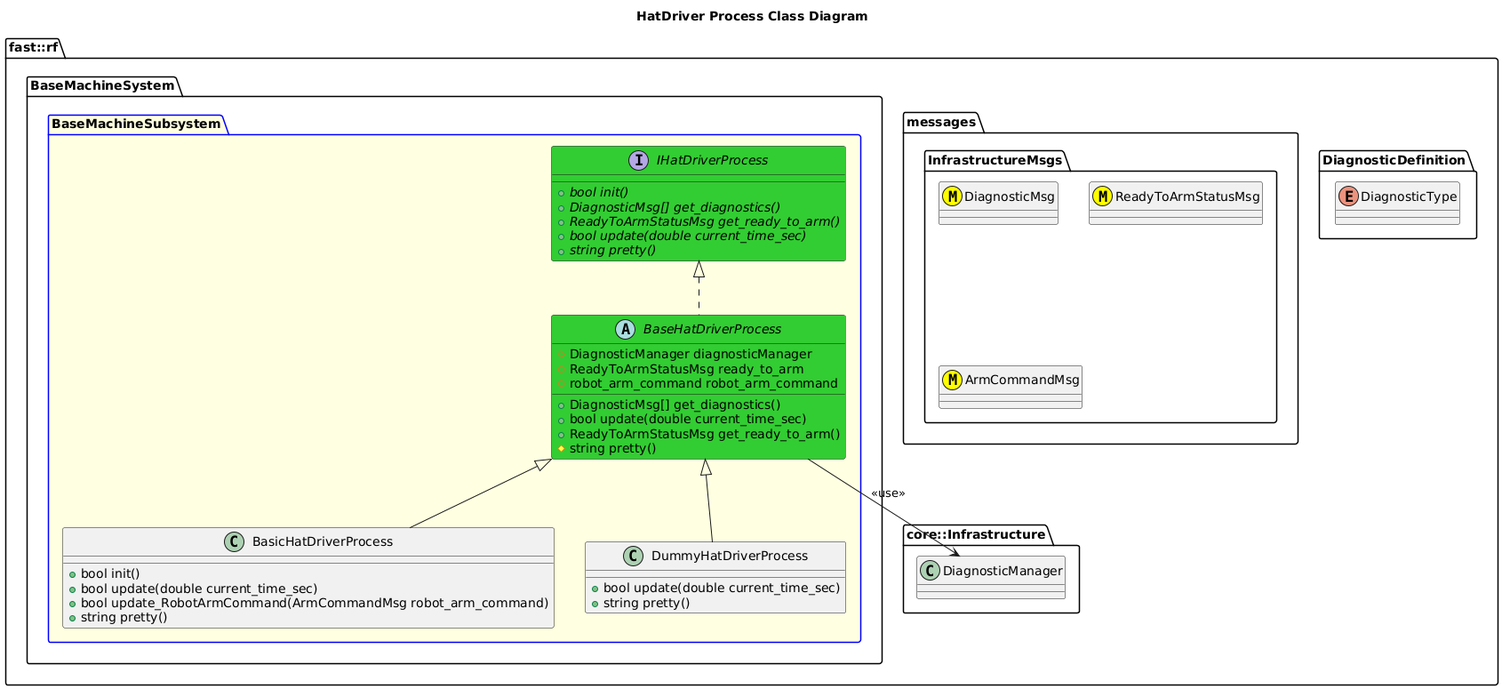
Before: Systems/BaseMachine/Subsystems/BaseMachine/Processes/HatDriver/doc/puml/HatDriverProcessClassDiagram.png, a diagram exported from PlantUML (fastrobotics/robot_framework). Source of this version:
```plantuml
@startuml
title HatDriver Process Class Diagram

namespace fast::rf {
  namespace DiagnosticDefinition {
    enum DiagnosticType
  }
  namespace messages {
    namespace InfrastructureMsgs {
      class DiagnosticMsg <<(M,#FFFF00)>>
      class ReadyToArmStatusMsg <<(M,#FFFF00)>>
      class ArmCommandMsg <<(M,#FFFF00)>>
    }
  }
  namespace core::Infrastructure {
    class DiagnosticManager
  }
  namespace BaseMachineSystem {
    package BaseMachineSubsystem  #LightYellow;line:blue {
        interface IHatDriverProcess #LimeGreen  {
          +{abstract} bool init()
          +{abstract} DiagnosticMsg[] get_diagnostics()
          +{abstract} ReadyToArmStatusMsg get_ready_to_arm()
          +{abstract} bool update(double current_time_sec)
          +{abstract} string pretty()
        }
        abstract BaseHatDriverProcess #LimeGreen {
          +DiagnosticMsg[] get_diagnostics()
          +bool update(double current_time_sec)
          +ReadyToArmStatusMsg get_ready_to_arm()
          #string pretty()
          #DiagnosticManager diagnosticManager
          #ReadyToArmStatusMsg ready_to_arm
          #robot_arm_command robot_arm_command

        }
        BaseHatDriverProcess .up.|> IHatDriverProcess
        BaseHatDriverProcess --> DiagnosticManager: <<use>>
        class BasicHatDriverProcess {
          +bool init()
          +bool update(double current_time_sec)
          +bool update_RobotArmCommand(ArmCommandMsg robot_arm_command)
          +string pretty()
        }
        BasicHatDriverProcess -up-|> BaseHatDriverProcess
        class DummyHatDriverProcess {
          +bool update(double current_time_sec)
          +string pretty()
        }
        DummyHatDriverProcess -up-|> BaseHatDriverProcess
    }
  }
}
@enduml
```
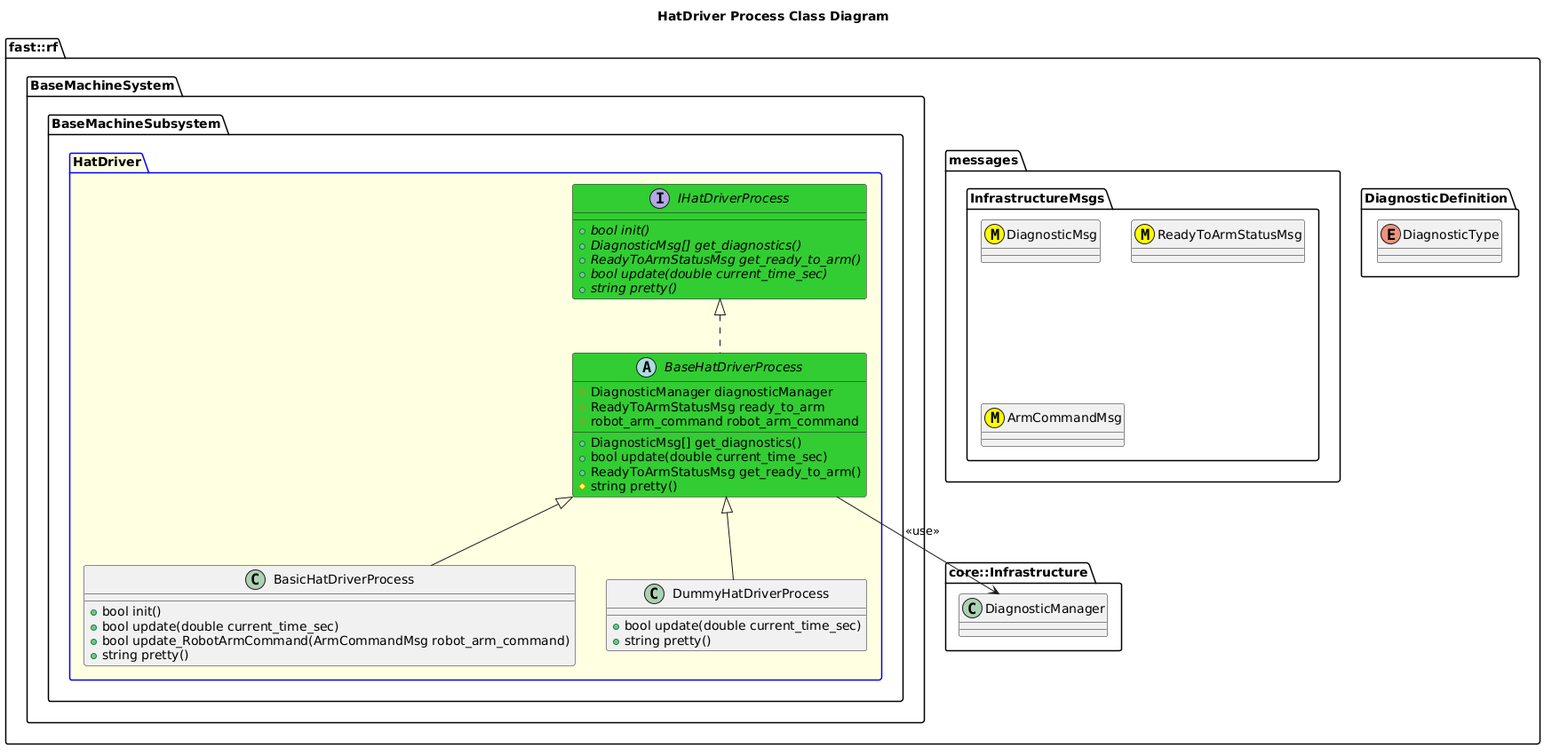
After the change.

Diff of the diagram source:
```diff
@@ -16,7 +16,8 @@
     class DiagnosticManager
   }
   namespace BaseMachineSystem {
-    package BaseMachineSubsystem  #LightYellow;line:blue {
+    namespace BaseMachineSubsystem  {
+      package HatDriver #LightYellow;line:blue {
         interface IHatDriverProcess #LimeGreen  {
           +{abstract} bool init()
           +{abstract} DiagnosticMsg[] get_diagnostics()
@@ -48,6 +49,7 @@
           +string pretty()
         }
         DummyHatDriverProcess -up-|> BaseHatDriverProcess
+      }
     }
   }
 }
```
